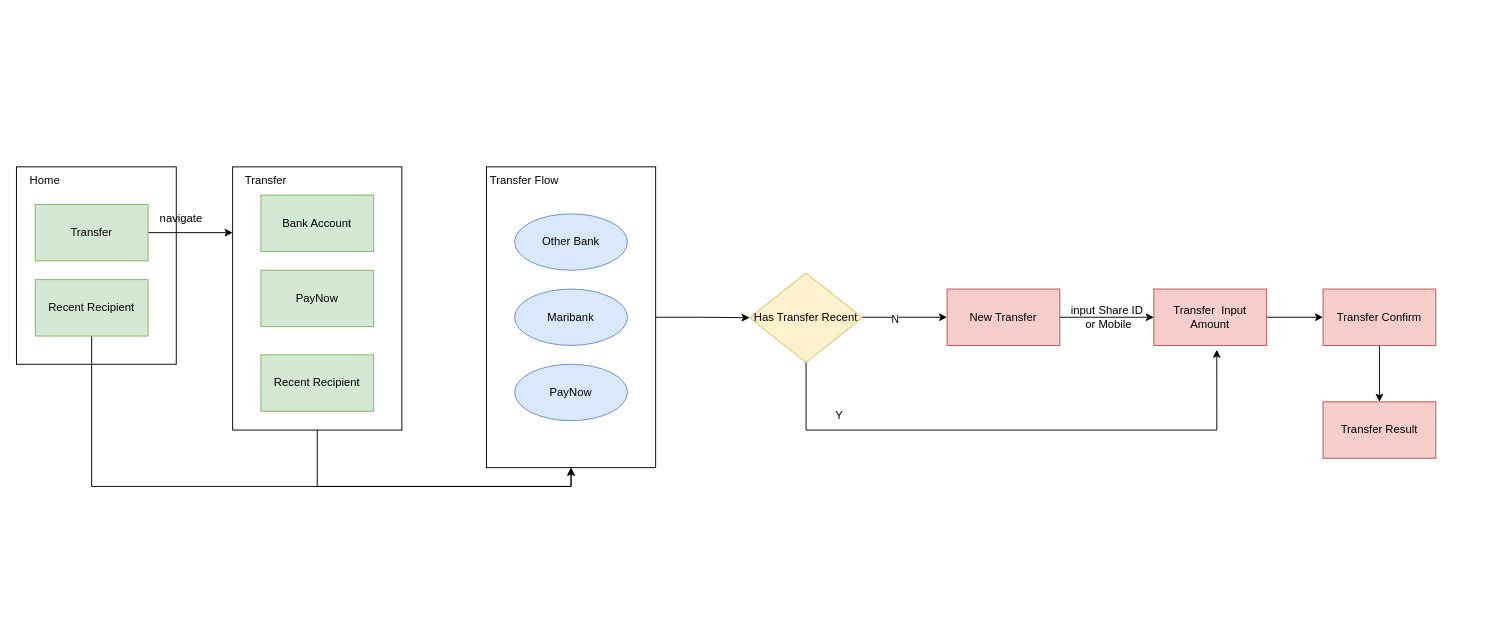
This is Untitled Diagram.drawio from RexYao97/sfrex, a draw.io file, before an edit. Source tidied: cells renumbered, new cells numbered last; positions are measured from the earlier drawing's top-left corner, leaving out a move shared by most shapes. Both pictures are drawn from the tidied source at 94%, with x=0, y=0 at pixel (16, 166).
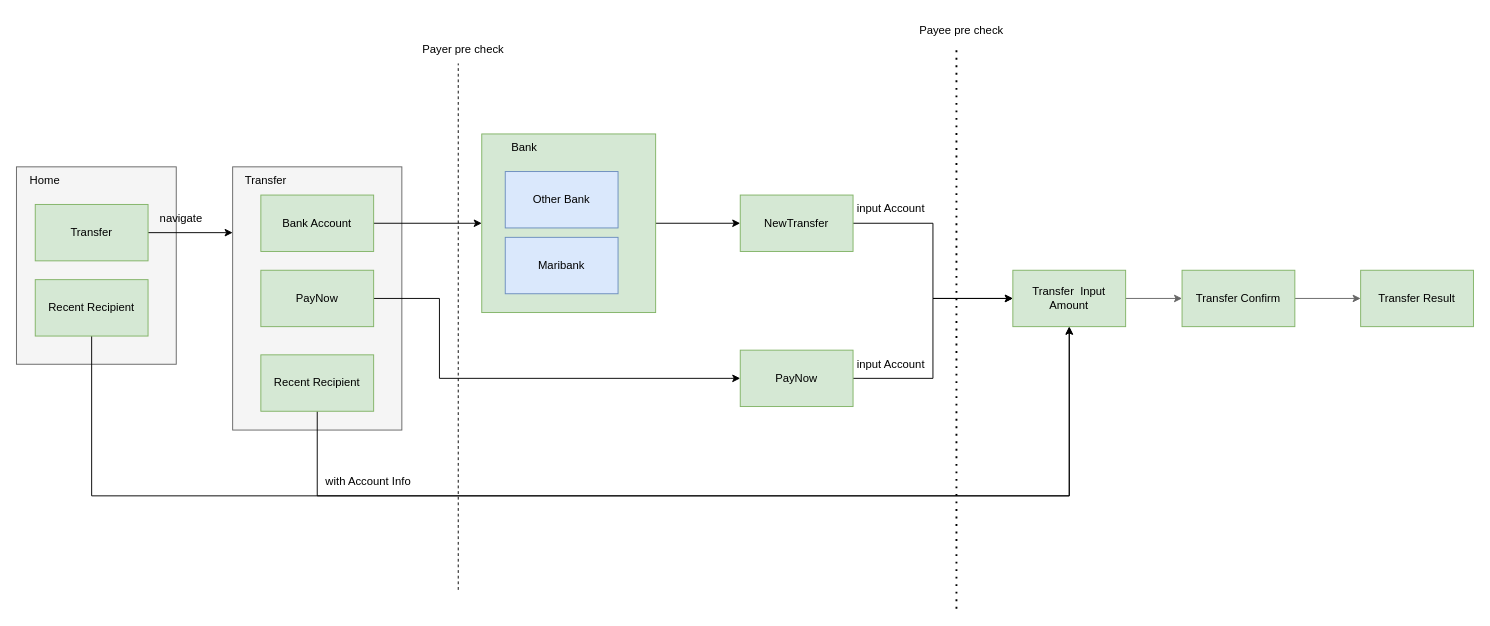
The same page after the edit.

The change refers to these unchanged cells:
```xml
<mxCell id="7" value="Recent Recipient" style="rounded=0;whiteSpace=wrap;html=1;fillColor=#d5e8d4;strokeColor=#82b366;" parent="1" vertex="1">
  <mxGeometry x="20" y="120" width="120" height="60" as="geometry" />
</mxCell>
<mxCell id="10" value="Bank Account" style="rounded=0;whiteSpace=wrap;html=1;fillColor=#d5e8d4;strokeColor=#82b366;" parent="1" vertex="1">
  <mxGeometry x="260" y="30" width="120" height="60" as="geometry" />
</mxCell>
<mxCell id="11" value="PayNow" style="rounded=0;whiteSpace=wrap;html=1;fillColor=#d5e8d4;strokeColor=#82b366;" parent="1" vertex="1">
  <mxGeometry x="260" y="110" width="120" height="60" as="geometry" />
</mxCell>
<mxCell id="13" value="Recent Recipient" style="rounded=0;whiteSpace=wrap;html=1;fillColor=#d5e8d4;strokeColor=#82b366;" parent="1" vertex="1">
  <mxGeometry x="260" y="200" width="120" height="60" as="geometry" />
</mxCell>
```

The edit, as a diff of the source:
```diff
@@
+    <mxCell id="34" style="edgeStyle=orthogonalEdgeStyle;rounded=0;jettySize=auto;html=1;" parent="1" edge="1" source="35" target="42">
+      <mxGeometry relative="1" as="geometry" />
+    </mxCell>
+    <mxCell id="35" style="rounded=0;whiteSpace=wrap;html=1;fillColor=#d5e8d4;strokeColor=#82b366;" parent="1" vertex="1">
+      <mxGeometry x="495" y="-35" width="185" height="190" as="geometry" />
+    </mxCell>
-    <mxCell id="2" style="rounded=0;whiteSpace=wrap;html=1;" parent="1" vertex="1">
+    <mxCell id="2" style="rounded=0;whiteSpace=wrap;html=1;fillColor=#f5f5f5;fontColor=#333333;strokeColor=#666666;" parent="1" vertex="1">
       <mxGeometry width="170" height="210" as="geometry" />
     </mxCell>
@@
-    <mxCell id="6" style="edgeStyle=orthogonalEdgeStyle;rounded=0;jettySize=auto;html=1;entryX=0.5;entryY=1;entryDx=0;entryDy=0;" parent="1" edge="1" source="7" target="16">
-      <mxGeometry relative="1" as="geometry">
-        <Array as="points">
-          <mxPoint x="80" y="340" />
-          <mxPoint x="590" y="340" />
-        </Array>
-      </mxGeometry>
-    </mxCell>
+    <mxCell id="36" style="edgeStyle=orthogonalEdgeStyle;rounded=0;jettySize=auto;html=1;entryX=0.5;entryY=1;entryDx=0;entryDy=0;" parent="1" edge="1" source="7" target="26">
+      <mxGeometry relative="1" as="geometry">
+        <Array as="points">
+          <mxPoint x="80" y="350" />
+          <mxPoint x="1120" y="350" />
+        </Array>
+      </mxGeometry>
+    </mxCell>
@@
-    <mxCell id="8" style="rounded=0;whiteSpace=wrap;html=1;" parent="1" vertex="1">
+    <mxCell id="8" style="rounded=0;whiteSpace=wrap;html=1;fillColor=#f5f5f5;fontColor=#333333;strokeColor=#666666;" parent="1" vertex="1">
       <mxGeometry x="230" width="180" height="280" as="geometry" />
     </mxCell>
@@
+    <mxCell id="37" style="edgeStyle=orthogonalEdgeStyle;rounded=0;jettySize=auto;html=1;" parent="1" edge="1" source="10" target="35">
+      <mxGeometry relative="1" as="geometry" />
+    </mxCell>
@@
+    <mxCell id="38" style="edgeStyle=orthogonalEdgeStyle;rounded=0;jettySize=auto;html=1;entryX=0;entryY=0.5;entryDx=0;entryDy=0;" parent="1" edge="1" source="11" target="16">
+      <mxGeometry relative="1" as="geometry">
+        <Array as="points">
+          <mxPoint x="450" y="140" />
+          <mxPoint x="450" y="225" />
+          <mxPoint x="760" y="225" />
+        </Array>
+      </mxGeometry>
+    </mxCell>
@@
-    <mxCell id="12" style="edgeStyle=orthogonalEdgeStyle;rounded=0;jettySize=auto;html=1;entryX=0.5;entryY=1;entryDx=0;entryDy=0;" parent="1" edge="1" target="16">
-      <mxGeometry relative="1" as="geometry">
-        <mxPoint x="320" y="280" as="sourcePoint" />
-        <Array as="points">
-          <mxPoint x="320" y="340" />
-          <mxPoint x="590" y="340" />
-        </Array>
-      </mxGeometry>
-    </mxCell>
+    <mxCell id="39" style="edgeStyle=orthogonalEdgeStyle;rounded=0;jettySize=auto;html=1;" parent="1" edge="1" source="13" target="26">
+      <mxGeometry relative="1" as="geometry">
+        <Array as="points">
+          <mxPoint x="320" y="350" />
+          <mxPoint x="1120" y="350" />
+        </Array>
+      </mxGeometry>
+    </mxCell>
@@
-    <mxCell id="15" style="edgeStyle=orthogonalEdgeStyle;rounded=0;jettySize=auto;html=1;entryX=0;entryY=0.5;entryDx=0;entryDy=0;" parent="1" edge="1" source="16" target="24">
-      <mxGeometry relative="1" as="geometry" />
-    </mxCell>
+    <mxCell id="40" style="edgeStyle=orthogonalEdgeStyle;rounded=0;jettySize=auto;html=1;entryX=0;entryY=0.5;entryDx=0;entryDy=0;" parent="1" edge="1" source="16" target="26">
+      <mxGeometry relative="1" as="geometry" />
+    </mxCell>
-    <mxCell id="16" style="rounded=0;whiteSpace=wrap;html=1;" parent="1" vertex="1">
-      <mxGeometry x="500" width="180" height="320" as="geometry" />
+    <mxCell id="16" value="PayNow" style="rounded=0;whiteSpace=wrap;html=1;fillColor=#d5e8d4;strokeColor=#82b366;" parent="1" vertex="1">
+      <mxGeometry x="770" y="195" width="120" height="60" as="geometry" />
     </mxCell>
-    <mxCell id="17" value="Transfer Flow" style="text;html=1;align=center;verticalAlign=middle;strokeColor=none;fillColor=none;" parent="1" vertex="1">
-      <mxGeometry x="490" width="100" height="30" as="geometry" />
-    </mxCell>
-    <mxCell id="18" value="&lt;span style=&quot;&quot;&gt;Other Bank&lt;/span&gt;" style="ellipse;whiteSpace=wrap;html=1;fontFamily=Helvetica;fontSize=12;align=center;strokeColor=#6c8ebf;fillColor=#dae8fc;" parent="1" vertex="1">
-      <mxGeometry x="530" y="50" width="120" height="60" as="geometry" />
+    <mxCell id="18" value="&lt;span style=&quot;&quot;&gt;Other Bank&lt;/span&gt;" style="rounded=0;whiteSpace=wrap;html=1;fontFamily=Helvetica;fontSize=12;fontColor=default;align=center;strokeColor=#6c8ebf;fillColor=#dae8fc;" parent="1" vertex="1">
+      <mxGeometry x="520" y="5" width="120" height="60" as="geometry" />
     </mxCell>
-    <mxCell id="19" value="&lt;span style=&quot;&quot;&gt;Maribank&lt;/span&gt;" style="ellipse;whiteSpace=wrap;html=1;fontFamily=Helvetica;fontSize=12;align=center;strokeColor=#6c8ebf;fillColor=#dae8fc;" parent="1" vertex="1">
-      <mxGeometry x="530" y="130" width="120" height="60" as="geometry" />
+    <mxCell id="19" value="&lt;span style=&quot;&quot;&gt;Maribank&lt;/span&gt;" style="rounded=0;whiteSpace=wrap;html=1;fontFamily=Helvetica;fontSize=12;align=center;strokeColor=#6c8ebf;fillColor=#dae8fc;" parent="1" vertex="1">
+      <mxGeometry x="520" y="75" width="120" height="60" as="geometry" />
     </mxCell>
-    <mxCell id="20" value="&lt;span style=&quot;&quot;&gt;PayNow&lt;/span&gt;" style="ellipse;whiteSpace=wrap;html=1;fontFamily=Helvetica;fontSize=12;align=center;strokeColor=#6c8ebf;fillColor=#dae8fc;" parent="1" vertex="1">
-      <mxGeometry x="530" y="210" width="120" height="60" as="geometry" />
-    </mxCell>
-    <mxCell id="21" style="edgeStyle=orthogonalEdgeStyle;rounded=0;jettySize=auto;html=1;" parent="1" edge="1" source="24">
-      <mxGeometry relative="1" as="geometry">
-        <mxPoint x="990" y="160" as="targetPoint" />
-      </mxGeometry>
-    </mxCell>
-    <mxCell id="22" value="N" style="edgeLabel;html=1;align=center;verticalAlign=middle;" parent="21" vertex="1">
-      <mxGeometry x="-0.23" y="-2" relative="1" as="geometry" />
-    </mxCell>
-    <mxCell id="23" style="edgeStyle=orthogonalEdgeStyle;rounded=0;jettySize=auto;html=1;entryX=0.558;entryY=1.075;entryDx=0;entryDy=0;entryPerimeter=0;" parent="1" edge="1" source="24" target="26">
-      <mxGeometry relative="1" as="geometry">
-        <Array as="points">
-          <mxPoint x="840" y="280" />
-          <mxPoint x="1277" y="280" />
-        </Array>
-      </mxGeometry>
-    </mxCell>
-    <mxCell id="24" value="Has Transfer Recent" style="rhombus;whiteSpace=wrap;html=1;fillColor=#fff2cc;strokeColor=#d6b656;" parent="1" vertex="1">
-      <mxGeometry x="780" y="113" width="120" height="95" as="geometry" />
-    </mxCell>
-    <mxCell id="25" style="edgeStyle=orthogonalEdgeStyle;rounded=0;jettySize=auto;html=1;" parent="1" edge="1" source="26" target="32">
+    <mxCell id="25" style="edgeStyle=orthogonalEdgeStyle;rounded=0;jettySize=auto;html=1;fillColor=#f5f5f5;strokeColor=#666666;" parent="1" edge="1" source="26" target="32">
       <mxGeometry relative="1" as="geometry" />
     </mxCell>
-    <mxCell id="26" value="Transfer&amp;nbsp; Input Amount" style="rounded=0;whiteSpace=wrap;html=1;fillColor=#f8cecc;strokeColor=#b85450;" parent="1" vertex="1">
-      <mxGeometry x="1210" y="130" width="120" height="60" as="geometry" />
+    <mxCell id="26" value="Transfer&amp;nbsp; Input Amount" style="rounded=0;whiteSpace=wrap;html=1;fillColor=#d5e8d4;strokeColor=#82b366;" parent="1" vertex="1">
+      <mxGeometry x="1060" y="110" width="120" height="60" as="geometry" />
     </mxCell>
-    <mxCell id="27" style="edgeStyle=orthogonalEdgeStyle;rounded=0;jettySize=auto;html=1;" parent="1" edge="1" source="28" target="26">
+    <mxCell id="27" style="edgeStyle=orthogonalEdgeStyle;rounded=0;jettySize=auto;html=1;exitX=1;exitY=0.5;exitDx=0;exitDy=0;entryX=0;entryY=0.5;entryDx=0;entryDy=0;" parent="1" edge="1" source="42" target="26">
       <mxGeometry relative="1" as="geometry" />
     </mxCell>
-    <mxCell id="28" value="New Transfer" style="rounded=0;whiteSpace=wrap;html=1;fillColor=#f8cecc;strokeColor=#b85450;" parent="1" vertex="1">
-      <mxGeometry x="990" y="130" width="120" height="60" as="geometry" />
-    </mxCell>
-    <mxCell id="29" value="input Share ID&lt;br&gt;&amp;nbsp;or Mobile" style="text;html=1;align=center;verticalAlign=middle;strokeColor=none;fillColor=none;" parent="1" vertex="1">
-      <mxGeometry x="1110" y="140" width="100" height="40" as="geometry" />
-    </mxCell>
-    <mxCell id="30" value="Y" style="text;html=1;align=center;verticalAlign=middle;strokeColor=none;fillColor=none;" parent="1" vertex="1">
-      <mxGeometry x="860" y="250" width="30" height="30" as="geometry" />
-    </mxCell>
-    <mxCell id="31" style="edgeStyle=orthogonalEdgeStyle;rounded=0;jettySize=auto;html=1;" parent="1" edge="1" source="32" target="33">
+    <mxCell id="31" style="edgeStyle=orthogonalEdgeStyle;rounded=0;jettySize=auto;html=1;fillColor=#f5f5f5;strokeColor=#666666;" parent="1" edge="1" source="32" target="33">
       <mxGeometry relative="1" as="geometry" />
     </mxCell>
-    <mxCell id="32" value="Transfer Confirm" style="rounded=0;whiteSpace=wrap;html=1;fillColor=#f8cecc;strokeColor=#b85450;" parent="1" vertex="1">
-      <mxGeometry x="1390" y="130" width="120" height="60" as="geometry" />
+    <mxCell id="32" value="Transfer Confirm" style="rounded=0;whiteSpace=wrap;html=1;fillColor=#d5e8d4;strokeColor=#82b366;" parent="1" vertex="1">
+      <mxGeometry x="1240" y="110" width="120" height="60" as="geometry" />
     </mxCell>
-    <mxCell id="33" value="Transfer Result" style="rounded=0;whiteSpace=wrap;html=1;fillColor=#f8cecc;strokeColor=#b85450;" parent="1" vertex="1">
-      <mxGeometry x="1390" y="250" width="120" height="60" as="geometry" />
+    <mxCell id="33" value="Transfer Result" style="rounded=0;whiteSpace=wrap;html=1;fillColor=#d5e8d4;strokeColor=#82b366;" parent="1" vertex="1">
+      <mxGeometry x="1430" y="110" width="120" height="60" as="geometry" />
     </mxCell>
+    <mxCell id="41" value="Bank" style="text;html=1;align=center;verticalAlign=middle;strokeColor=none;fillColor=none;" parent="1" vertex="1">
+      <mxGeometry x="515" y="-35" width="50" height="30" as="geometry" />
+    </mxCell>
+    <mxCell id="42" value="NewTransfer" style="rounded=0;whiteSpace=wrap;html=1;fillColor=#d5e8d4;strokeColor=#82b366;" parent="1" vertex="1">
+      <mxGeometry x="770" y="30" width="120" height="60" as="geometry" />
+    </mxCell>
+    <mxCell id="43" style="endArrow=none;dashed=1;html=1;rounded=0;" parent="1" edge="1">
+      <mxGeometry relative="1" as="geometry">
+        <mxPoint x="470" y="450" as="sourcePoint" />
+        <mxPoint x="470" y="-110" as="targetPoint" />
+      </mxGeometry>
+    </mxCell>
+    <mxCell id="44" value="Payer pre check" style="text;html=1;align=center;verticalAlign=middle;strokeColor=none;fillColor=none;" parent="1" vertex="1">
+      <mxGeometry x="420" y="-140" width="110" height="30" as="geometry" />
+    </mxCell>
+    <mxCell id="45" style="endArrow=none;dashed=1;html=1;dashPattern=1 3;strokeWidth=2;rounded=0;" parent="1" edge="1">
+      <mxGeometry relative="1" as="geometry">
+        <mxPoint x="1000" y="470" as="sourcePoint" />
+        <mxPoint x="1000" y="-130" as="targetPoint" />
+      </mxGeometry>
+    </mxCell>
+    <mxCell id="46" value="Payee pre check" style="text;html=1;align=center;verticalAlign=middle;strokeColor=none;fillColor=none;" parent="1" vertex="1">
+      <mxGeometry x="950" y="-160" width="110" height="30" as="geometry" />
+    </mxCell>
+    <mxCell id="47" value="input Account" style="text;html=1;align=center;verticalAlign=middle;strokeColor=none;fillColor=none;" parent="1" vertex="1">
+      <mxGeometry x="880" y="195" width="100" height="30" as="geometry" />
+    </mxCell>
+    <mxCell id="48" value="input Account" style="text;html=1;align=center;verticalAlign=middle;strokeColor=none;fillColor=none;" parent="1" vertex="1">
+      <mxGeometry x="880" y="30" width="100" height="30" as="geometry" />
+    </mxCell>
+    <mxCell id="49" value="with Account Info" style="text;html=1;align=center;verticalAlign=middle;strokeColor=none;fillColor=none;" parent="1" vertex="1">
+      <mxGeometry x="319" y="320" width="110" height="30" as="geometry" />
+    </mxCell>
```
